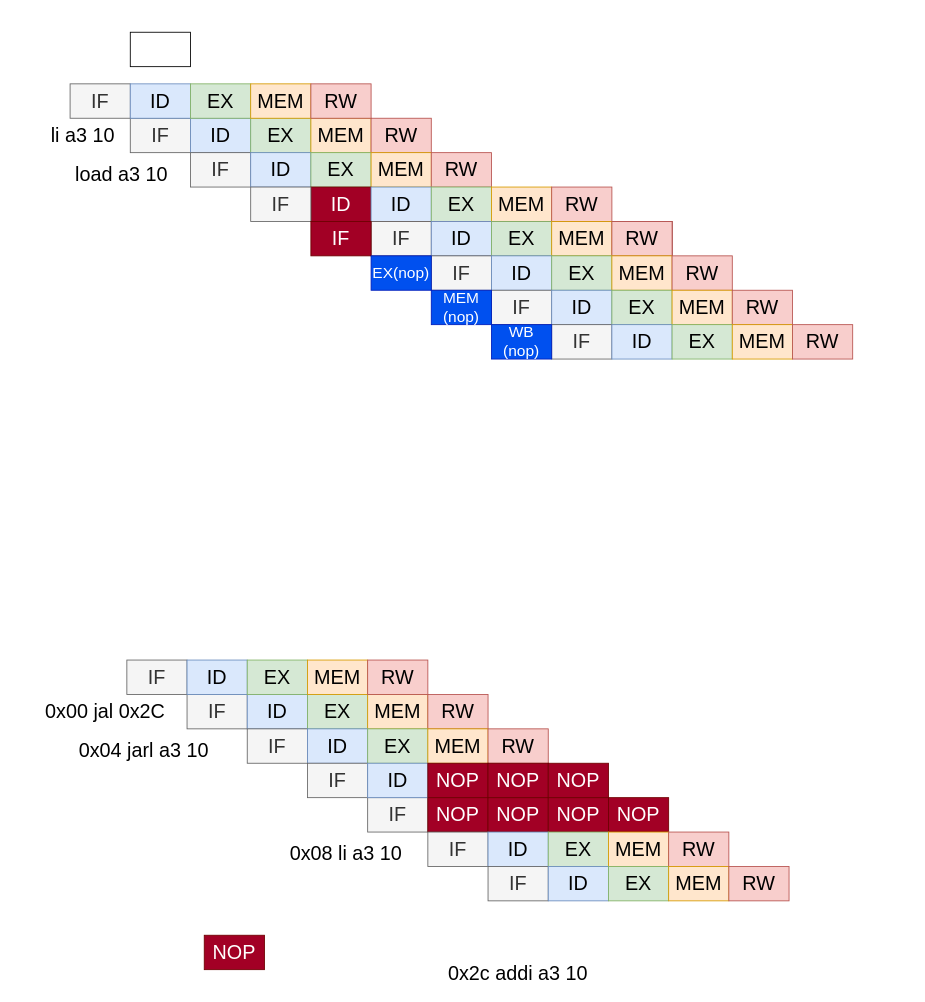
Earlier version of the draw.io diagram npc/流水线模拟.drawio (leesum1/ysyx). Source tidied: cells renumbered, new cells numbered last; positions are measured from the earlier drawing's top-left corner, leaving out a move shared by most shapes. Both pictures are drawn from the tidied source at 86%, with x=0, y=0 at pixel (15, 32).
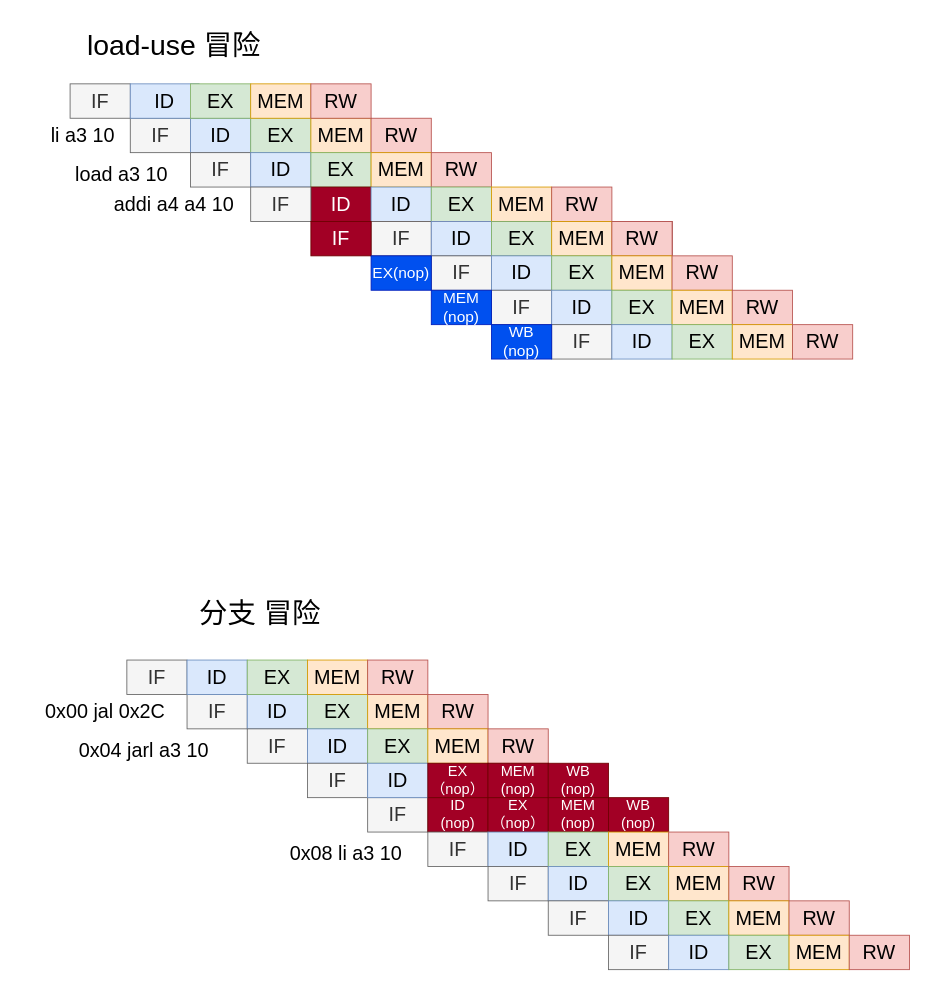
The same page after the edit.

The change refers to these unchanged cells:
```xml
<mxCell id="14" style="group;" parent="1" vertex="1">
  <mxGeometry x="64" y="60" width="350" height="40" as="geometry" />
</mxCell>
<mxCell id="43" style="group;" parent="1" vertex="1">
  <mxGeometry x="410" y="890" width="350" height="40" as="geometry" />
</mxCell>
```

The edit, as a diff of the source:
```diff
@@
     <mxCell id="16" value="ID" style="whiteSpace=wrap;html=1;align=center;fontSize=23;fillColor=#dae8fc;strokeColor=#6c8ebf;" parent="14" vertex="1">
-      <mxGeometry x="70" width="70" height="40" as="geometry" />
+      <mxGeometry x="70" width="80" height="40" as="geometry" />
     </mxCell>
@@
-    <mxCell id="22" style="rounded=0;whiteSpace=wrap;html=1;" parent="1" vertex="1">
-      <mxGeometry x="134" width="70" height="40" as="geometry" />
-    </mxCell>
@@
-    <mxCell id="45" value="NOP" style="whiteSpace=wrap;html=1;align=center;fontSize=23;fillColor=#a20025;fontColor=#ffffff;strokeColor=#6F0000;" parent="43" vertex="1">
+    <mxCell id="45" value="ID&lt;br style=&quot;font-size: 17px;&quot;&gt;(nop)" style="whiteSpace=wrap;html=1;align=center;fontSize=17;fillColor=#a20025;fontColor=#ffffff;strokeColor=#6F0000;" parent="43" vertex="1">
       <mxGeometry x="70" width="70" height="40" as="geometry" />
     </mxCell>
-    <mxCell id="46" value="NOP" style="whiteSpace=wrap;html=1;align=center;fontSize=23;fillColor=#a20025;fontColor=#ffffff;strokeColor=#6F0000;" parent="43" vertex="1">
-      <mxGeometry x="140" width="70" height="40" as="geometry" />
-    </mxCell>
-    <mxCell id="47" value="NOP" style="whiteSpace=wrap;html=1;align=center;fontSize=23;fillColor=#a20025;fontColor=#ffffff;strokeColor=#6F0000;" parent="43" vertex="1">
-      <mxGeometry x="210" width="70" height="40" as="geometry" />
-    </mxCell>
-    <mxCell id="48" value="NOP" style="whiteSpace=wrap;html=1;align=center;fontSize=23;fillColor=#a20025;fontColor=#ffffff;strokeColor=#6F0000;" parent="43" vertex="1">
-      <mxGeometry x="280" width="70" height="40" as="geometry" />
-    </mxCell>
+    <mxCell id="104" value="EX&lt;br style=&quot;font-size: 17px;&quot;&gt;（nop）" style="whiteSpace=wrap;html=1;align=center;fontSize=17;fillColor=#a20025;fontColor=#ffffff;strokeColor=#6F0000;" parent="43" vertex="1">
+      <mxGeometry x="140" width="70" height="40" as="geometry" />
+    </mxCell>
+    <mxCell id="105" value="MEM&lt;br style=&quot;font-size: 17px;&quot;&gt;(nop)" style="whiteSpace=wrap;html=1;align=center;fontSize=17;fillColor=#a20025;fontColor=#ffffff;strokeColor=#6F0000;" parent="43" vertex="1">
+      <mxGeometry x="210" width="70" height="40" as="geometry" />
+    </mxCell>
+    <mxCell id="106" value="WB&lt;br style=&quot;font-size: 17px;&quot;&gt;(nop)" style="whiteSpace=wrap;html=1;align=center;fontSize=17;fillColor=#a20025;fontColor=#ffffff;strokeColor=#6F0000;" parent="43" vertex="1">
+      <mxGeometry x="280" width="70" height="40" as="geometry" />
+    </mxCell>
@@
-    <mxCell id="50" style="group;" parent="1" vertex="1">
+    <mxCell id="50" style="group;fontSize=11;" parent="1" vertex="1">
       <mxGeometry x="340" y="850" width="350" height="40" as="geometry" />
     </mxCell>
@@
-    <mxCell id="53" value="NOP" style="whiteSpace=wrap;html=1;align=center;fontSize=23;fillColor=#a20025;fontColor=#ffffff;strokeColor=#6F0000;" parent="50" vertex="1">
+    <mxCell id="53" value="EX&lt;br style=&quot;font-size: 17px;&quot;&gt;（nop）" style="whiteSpace=wrap;html=1;align=center;fontSize=17;fillColor=#a20025;fontColor=#ffffff;strokeColor=#6F0000;" parent="50" vertex="1">
       <mxGeometry x="140" width="70" height="40" as="geometry" />
     </mxCell>
-    <mxCell id="54" value="NOP" style="whiteSpace=wrap;html=1;align=center;fontSize=23;fillColor=#a20025;fontColor=#ffffff;strokeColor=#6F0000;" parent="50" vertex="1">
+    <mxCell id="54" value="MEM&lt;br style=&quot;font-size: 17px;&quot;&gt;(nop)" style="whiteSpace=wrap;html=1;align=center;fontSize=17;fillColor=#a20025;fontColor=#ffffff;strokeColor=#6F0000;" parent="50" vertex="1">
       <mxGeometry x="210" width="70" height="40" as="geometry" />
     </mxCell>
-    <mxCell id="55" value="NOP" style="whiteSpace=wrap;html=1;align=center;fontSize=23;fillColor=#a20025;fontColor=#ffffff;strokeColor=#6F0000;" parent="50" vertex="1">
+    <mxCell id="55" value="WB&lt;br style=&quot;font-size: 17px;&quot;&gt;(nop)" style="whiteSpace=wrap;html=1;align=center;fontSize=17;fillColor=#a20025;fontColor=#ffffff;strokeColor=#6F0000;" parent="50" vertex="1">
       <mxGeometry x="280" width="70" height="40" as="geometry" />
     </mxCell>
-    <mxCell id="56" value="0x2c addi a3 10" style="text;html=1;strokeColor=none;fillColor=none;align=center;verticalAlign=middle;whiteSpace=wrap;rounded=0;fontSize=23;" parent="1" vertex="1">
-      <mxGeometry x="500" y="1080" width="170" height="30" as="geometry" />
-    </mxCell>
@@
-    <mxCell id="69" value="NOP" style="whiteSpace=wrap;html=1;align=center;fontSize=23;fillColor=#a20025;fontColor=#ffffff;strokeColor=#6F0000;" parent="1" vertex="1">
-      <mxGeometry x="220" y="1050" width="70" height="40" as="geometry" />
-    </mxCell>
@@
+    <mxCell id="107" value="addi a4 a4 10" style="text;html=1;strokeColor=none;fillColor=none;align=center;verticalAlign=middle;whiteSpace=wrap;rounded=0;fontSize=23;" parent="1" vertex="1">
+      <mxGeometry x="110" y="185" width="150" height="30" as="geometry" />
+    </mxCell>
+    <mxCell id="108" value="load-use 冒险" style="text;html=1;strokeColor=none;fillColor=none;align=center;verticalAlign=middle;whiteSpace=wrap;rounded=0;fontSize=33;" parent="1" vertex="1">
+      <mxGeometry x="60" y="-20" width="250" height="70" as="geometry" />
+    </mxCell>
+    <mxCell id="109" value="分支 冒险" style="text;html=1;strokeColor=none;fillColor=none;align=center;verticalAlign=middle;whiteSpace=wrap;rounded=0;fontSize=33;" parent="1" vertex="1">
+      <mxGeometry x="160" y="640" width="250" height="70" as="geometry" />
+    </mxCell>
+    <mxCell id="110" style="group;" parent="1" vertex="1">
+      <mxGeometry x="620" y="1010" width="350" height="40" as="geometry" />
+    </mxCell>
+    <mxCell id="111" value="IF" style="whiteSpace=wrap;html=1;align=center;fontSize=23;fillColor=#f5f5f5;fontColor=#333333;strokeColor=#666666;" parent="110" vertex="1">
+      <mxGeometry width="70" height="40" as="geometry" />
+    </mxCell>
+    <mxCell id="112" value="ID" style="whiteSpace=wrap;html=1;align=center;fontSize=23;fillColor=#dae8fc;strokeColor=#6c8ebf;" parent="110" vertex="1">
+      <mxGeometry x="70" width="70" height="40" as="geometry" />
+    </mxCell>
+    <mxCell id="113" value="EX" style="whiteSpace=wrap;html=1;align=center;fontSize=23;fillColor=#d5e8d4;strokeColor=#82b366;" parent="110" vertex="1">
+      <mxGeometry x="140" width="70" height="40" as="geometry" />
+    </mxCell>
+    <mxCell id="114" value="MEM" style="whiteSpace=wrap;html=1;align=center;fontSize=23;fillColor=#ffe6cc;strokeColor=#d79b00;" parent="110" vertex="1">
+      <mxGeometry x="210" width="70" height="40" as="geometry" />
+    </mxCell>
+    <mxCell id="115" value="RW" style="whiteSpace=wrap;html=1;align=center;fontSize=23;fillColor=#f8cecc;strokeColor=#b85450;" parent="110" vertex="1">
+      <mxGeometry x="280" width="70" height="40" as="geometry" />
+    </mxCell>
+    <mxCell id="116" style="group;" parent="1" vertex="1">
+      <mxGeometry x="690" y="1050" width="350" height="40" as="geometry" />
+    </mxCell>
+    <mxCell id="117" value="IF" style="whiteSpace=wrap;html=1;align=center;fontSize=23;fillColor=#f5f5f5;fontColor=#333333;strokeColor=#666666;" parent="116" vertex="1">
+      <mxGeometry width="70" height="40" as="geometry" />
+    </mxCell>
+    <mxCell id="118" value="ID" style="whiteSpace=wrap;html=1;align=center;fontSize=23;fillColor=#dae8fc;strokeColor=#6c8ebf;" parent="116" vertex="1">
+      <mxGeometry x="70" width="70" height="40" as="geometry" />
+    </mxCell>
+    <mxCell id="119" value="EX" style="whiteSpace=wrap;html=1;align=center;fontSize=23;fillColor=#d5e8d4;strokeColor=#82b366;" parent="116" vertex="1">
+      <mxGeometry x="140" width="70" height="40" as="geometry" />
+    </mxCell>
+    <mxCell id="120" value="MEM" style="whiteSpace=wrap;html=1;align=center;fontSize=23;fillColor=#ffe6cc;strokeColor=#d79b00;" parent="116" vertex="1">
+      <mxGeometry x="210" width="70" height="40" as="geometry" />
+    </mxCell>
+    <mxCell id="121" value="RW" style="whiteSpace=wrap;html=1;align=center;fontSize=23;fillColor=#f8cecc;strokeColor=#b85450;" parent="116" vertex="1">
+      <mxGeometry x="280" width="70" height="40" as="geometry" />
+    </mxCell>
```
